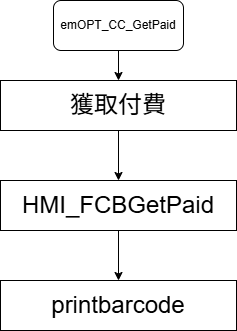
Earlier version of the draw.io export 交易流程圖.png (AXQuestion/-). Source tidied: cells renumbered, new cells last; positions are measured from the earlier drawing's top-left corner, leaving out a move shared by most shapes.
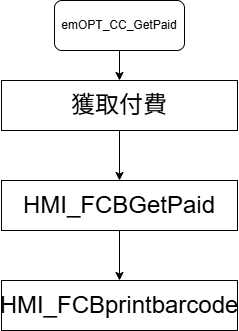
After the commit.

Commit message:
更新交易流程圖.png

The edit, as a diff of the source:
```diff
@@ -20,7 +20,7 @@
     <mxCell id="7" value="HMI_FCBGetPaid" style="rounded=0;whiteSpace=wrap;html=1;fontSize=24;" parent="1" vertex="1">
       <mxGeometry y="180" width="236" height="50" as="geometry" />
     </mxCell>
-    <mxCell id="8" value="printbarcode" style="rounded=0;whiteSpace=wrap;html=1;fontSize=24;" parent="1" vertex="1">
+    <mxCell id="8" value="HMI_FCBprintbarcode" style="rounded=0;whiteSpace=wrap;html=1;fontSize=24;" parent="1" vertex="1">
       <mxGeometry y="280" width="236" height="50" as="geometry" />
     </mxCell>
   </root>
```
